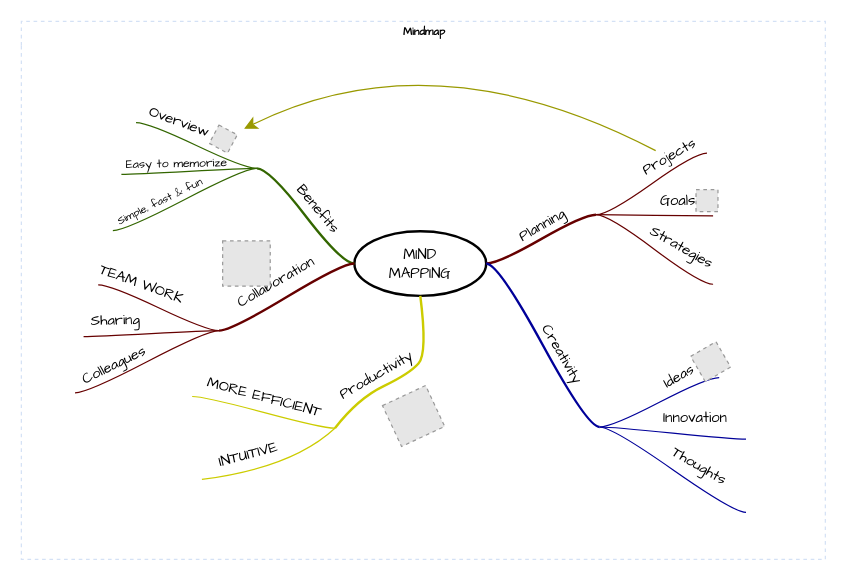
Earlier version of the draw.io diagram Untitled Diagram.drawio (Mariko-Kai/Boardgame). Source tidied: cells renumbered, new cells numbered last; positions are measured from the earlier drawing's top-left corner, leaving out a move shared by most shapes. Both pictures are drawn from the tidied source at 122%, with x=0, y=0 at pixel (21, 21). Pictures stored in the file or linked from it are replaced by grey dashed boxes.
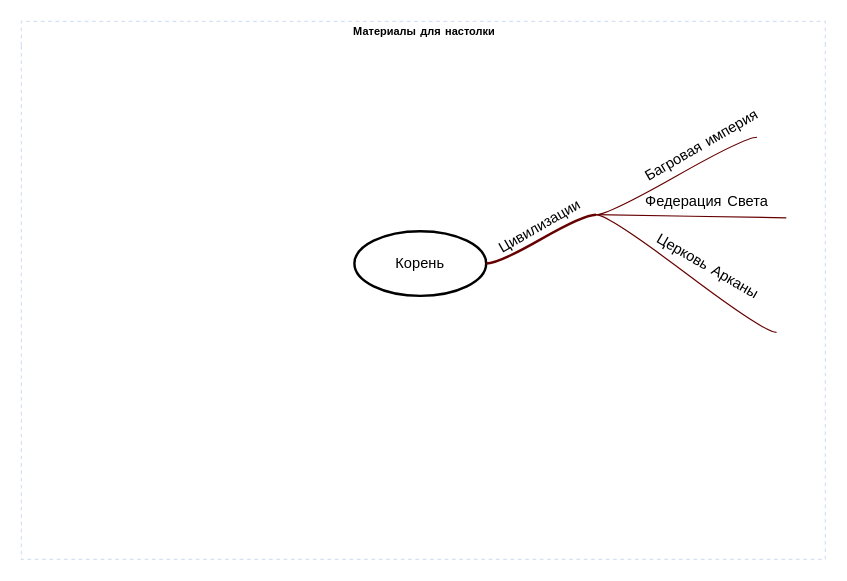
After the change.

The change refers to these unchanged cells:
```xml
<mxCell id="4" style="whiteSpace=wrap;html=1;rounded=1;arcSize=50;align=center;verticalAlign=middle;strokeWidth=1;spacing=4;" parent="2" vertex="1">
  <mxGeometry x="471" y="158" height="1" as="geometry" />
</mxCell>
<mxCell id="5" style="edgeStyle=entityRelationEdgeStyle;startArrow=none;endArrow=none;segment=10;curved=1;strokeWidth=2;strokeColor=#660000;rounded=0;fontSize=12;startSize=8;endSize=8;" parent="2" edge="1" source="3" target="4">
  <mxGeometry relative="1" as="geometry" />
</mxCell>
<mxCell id="10" style="whiteSpace=wrap;html=1;rounded=1;arcSize=50;align=center;verticalAlign=middle;strokeWidth=1;spacing=4;" parent="2" vertex="1">
  <mxGeometry x="567" y="159" height="1" as="geometry" />
</mxCell>
```

What changed in the source:
```diff
@@
-    <mxCell id="2" value="Mindmap" style="swimlane;html=1;startSize=20;horizontal=1;containerType=tree;labelBackgroundColor=none;strokeColor=#D4E1F5;strokeWidth=1;fillColor=none;fontFamily=Comic Sans MS;fontSize=9;swimlaneLine=0;dashed=1;" parent="1" vertex="1">
+    <mxCell id="2" value="Материалы для настолки" style="swimlane;html=1;startSize=20;horizontal=1;containerType=tree;labelBackgroundColor=none;strokeColor=#D4E1F5;strokeWidth=1;fillColor=none;fontFamily=Comic Sans MS;fontSize=9;swimlaneLine=0;dashed=1;" parent="1" vertex="1">
       <mxGeometry width="659" height="441" as="geometry" />
     </mxCell>
-    <mxCell id="3" value="&lt;font face=&quot;Comic Sans MS&quot;&gt;MIND&lt;br&gt;MAPPING&lt;/font&gt;" style="ellipse;whiteSpace=wrap;html=1;align=center;strokeWidth=2;" parent="2" vertex="1">
+    <mxCell id="3" value="&lt;font face=&quot;Comic Sans MS&quot;&gt;Корень&lt;/font&gt;" style="ellipse;whiteSpace=wrap;html=1;align=center;strokeWidth=2;" parent="2" vertex="1">
       <mxGeometry x="273" y="172" width="108" height="53" as="geometry" />
     </mxCell>
@@
-    <mxCell id="6" value="Planning" style="text;html=1;align=center;verticalAlign=middle;labelBackgroundColor=none;rotation=-30;fontFamily=Comic Sans MS;" parent="5" vertex="1">
+    <mxCell id="6" value="Цивилизации&amp;nbsp;" style="text;html=1;align=center;verticalAlign=middle;labelBackgroundColor=none;rotation=-30;fontFamily=Comic Sans MS;" parent="5" vertex="1">
       <mxGeometry x="0.02" y="2" relative="1" as="geometry">
         <mxPoint x="1" y="-9" as="offset" />
       </mxGeometry>
     </mxCell>
-    <mxCell id="7" style="whiteSpace=wrap;html=1;rounded=1;arcSize=50;align=center;verticalAlign=middle;strokeWidth=1;spacing=4;" parent="2" vertex="1" collapsed="1">
+    <mxCell id="7" style="whiteSpace=wrap;html=1;rounded=1;arcSize=50;align=center;verticalAlign=middle;strokeWidth=1;spacing=4;" parent="2" vertex="1">
       <mxGeometry x="562" y="108" width="5" as="geometry" />
     </mxCell>
-    <mxCell id="8" style="edgeStyle=entityRelationEdgeStyle;startArrow=none;endArrow=none;segment=10;curved=1;strokeColor=#660000;rounded=0;fontSize=12;startSize=8;endSize=8;" parent="2" edge="1" source="4" target="7">
-      <mxGeometry relative="1" as="geometry" />
+    <mxCell id="8" style="edgeStyle=entityRelationEdgeStyle;startArrow=none;endArrow=none;segment=10;curved=1;strokeColor=#660000;rounded=0;fontSize=12;startSize=8;endSize=8;" parent="2" edge="1" source="4">
+      <mxGeometry relative="1" as="geometry">
+        <mxPoint x="603" y="95" as="targetPoint" />
+      </mxGeometry>
     </mxCell>
-    <mxCell id="9" value="Projects" style="text;html=1;points=[];align=center;verticalAlign=middle;labelBackgroundColor=none;fontFamily=Comic Sans MS;rotation=-30;" parent="8" vertex="1">
+    <mxCell id="9" value="Багровая империя" style="text;html=1;points=[];align=center;verticalAlign=middle;labelBackgroundColor=none;fontFamily=Comic Sans MS;rotation=-30;" parent="8" vertex="1">
       <mxGeometry x="0.26" relative="1" as="geometry">
         <mxPoint x="3" y="-14" as="offset" />
       </mxGeometry>
     </mxCell>
@@
-    <mxCell id="11" style="edgeStyle=entityRelationEdgeStyle;startArrow=none;endArrow=none;segment=10;curved=1;strokeColor=#660000;rounded=0;fontSize=12;startSize=8;endSize=8;" parent="2" edge="1" source="4" target="10">
-      <mxGeometry relative="1" as="geometry" />
+    <mxCell id="11" style="edgeStyle=entityRelationEdgeStyle;startArrow=none;endArrow=none;segment=10;curved=1;strokeColor=#660000;rounded=0;fontSize=12;startSize=8;endSize=8;" parent="2" edge="1" source="4">
+      <mxGeometry relative="1" as="geometry">
+        <mxPoint x="627" y="161" as="targetPoint" />
+      </mxGeometry>
     </mxCell>
-    <mxCell id="12" value="Goals" style="text;html=1;align=center;verticalAlign=middle;labelBackgroundColor=none;fontFamily=Comic Sans MS;rotation=0;" parent="11" vertex="1">
+    <mxCell id="12" value="Федерация Света&amp;nbsp;" style="text;html=1;align=center;verticalAlign=middle;labelBackgroundColor=none;fontFamily=Comic Sans MS;rotation=0;" parent="11" vertex="1">
       <mxGeometry x="-0.11" y="-1" relative="1" as="geometry">
         <mxPoint x="24" y="-12" as="offset" />
       </mxGeometry>
     </mxCell>
-    <mxCell id="13" style="whiteSpace=wrap;html=1;rounded=1;arcSize=50;align=center;verticalAlign=middle;strokeWidth=1;spacing=4;" parent="2" vertex="1">
+    <mxCell id="13" style="whiteSpace=wrap;html=1;rounded=1;arcSize=50;align=center;verticalAlign=middle;strokeWidth=1;spacing=4;rotation=101;" parent="2" vertex="1" collapsed="1">
       <mxGeometry x="567" y="215" height="1" as="geometry" />
     </mxCell>
-    <mxCell id="14" style="edgeStyle=entityRelationEdgeStyle;startArrow=none;endArrow=none;segment=10;curved=1;strokeColor=#660000;rounded=0;fontSize=12;startSize=8;endSize=8;" parent="2" edge="1" source="4" target="13">
-      <mxGeometry relative="1" as="geometry" />
+    <mxCell id="14" style="edgeStyle=entityRelationEdgeStyle;startArrow=none;endArrow=none;segment=10;curved=1;strokeColor=#660000;rounded=0;fontSize=12;startSize=8;endSize=8;" parent="2" edge="1" source="4">
+      <mxGeometry relative="1" as="geometry">
+        <mxPoint x="619" y="255" as="targetPoint" />
+      </mxGeometry>
     </mxCell>
-    <mxCell id="15" value="Strategies" style="text;html=1;align=center;verticalAlign=middle;labelBackgroundColor=none;fontFamily=Comic Sans MS;rotation=30;" parent="14" vertex="1">
+    <mxCell id="15" value="Церковь Арканы&amp;nbsp;" style="text;html=1;align=center;verticalAlign=middle;labelBackgroundColor=none;fontFamily=Comic Sans MS;rotation=30;" parent="14" vertex="1">
       <mxGeometry x="-0.11" y="-1" relative="1" as="geometry">
         <mxPoint x="28" y="1" as="offset" />
       </mxGeometry>
     </mxCell>
-    <mxCell id="16" style="whiteSpace=wrap;html=1;rounded=1;arcSize=50;align=center;verticalAlign=middle;strokeWidth=1;spacing=4;" parent="2" vertex="1">
-      <mxGeometry x="474" y="332" height="1" as="geometry" />
-    </mxCell>
-    <mxCell id="17" style="edgeStyle=entityRelationEdgeStyle;startArrow=none;endArrow=none;segment=10;curved=1;strokeWidth=2;strokeColor=#000099;rounded=0;fontSize=12;startSize=8;endSize=8;" parent="2" edge="1" source="3" target="16">
-      <mxGeometry relative="1" as="geometry" />
-    </mxCell>
-    <mxCell id="18" value="Creativity" style="text;html=1;align=center;verticalAlign=middle;labelBackgroundColor=none;rotation=60;fontFamily=Comic Sans MS;" parent="17" vertex="1">
-      <mxGeometry x="0.02" y="2" relative="1" as="geometry">
-        <mxPoint x="13" y="6" as="offset" />
-      </mxGeometry>
-    </mxCell>
-    <mxCell id="19" style="whiteSpace=wrap;html=1;rounded=1;arcSize=50;align=center;verticalAlign=middle;strokeWidth=1;spacing=4;" parent="2" vertex="1">
-      <mxGeometry x="572" y="292" width="5" as="geometry" />
-    </mxCell>
-    <mxCell id="20" style="edgeStyle=entityRelationEdgeStyle;startArrow=none;endArrow=none;segment=10;curved=1;strokeColor=#000099;rounded=0;fontSize=12;startSize=8;endSize=8;" parent="2" edge="1" source="16" target="19">
-      <mxGeometry relative="1" as="geometry" />
-    </mxCell>
-    <mxCell id="21" value="Ideas" style="text;html=1;align=center;verticalAlign=middle;labelBackgroundColor=none;fontFamily=Comic Sans MS;rotation=-30;" parent="20" vertex="1">
-      <mxGeometry x="0.26" relative="1" as="geometry">
-        <mxPoint x="3" y="-14" as="offset" />
-      </mxGeometry>
-    </mxCell>
-    <mxCell id="22" style="whiteSpace=wrap;html=1;rounded=1;arcSize=50;align=center;verticalAlign=middle;strokeWidth=1;spacing=4;" parent="2" vertex="1">
-      <mxGeometry x="594" y="342" height="1" as="geometry" />
-    </mxCell>
-    <mxCell id="23" style="edgeStyle=entityRelationEdgeStyle;startArrow=none;endArrow=none;segment=10;curved=1;strokeColor=#000099;rounded=0;fontSize=12;startSize=8;endSize=8;" parent="2" edge="1" source="16" target="22">
-      <mxGeometry relative="1" as="geometry" />
-    </mxCell>
-    <mxCell id="24" value="Innovation" style="text;html=1;align=center;verticalAlign=middle;labelBackgroundColor=none;fontFamily=Comic Sans MS;rotation=0;" parent="23" vertex="1">
-      <mxGeometry x="-0.11" y="-1" relative="1" as="geometry">
-        <mxPoint x="24" y="-12" as="offset" />
-      </mxGeometry>
-    </mxCell>
-    <mxCell id="25" style="whiteSpace=wrap;html=1;rounded=1;arcSize=50;align=center;verticalAlign=middle;strokeWidth=1;spacing=4;" parent="2" vertex="1">
-      <mxGeometry x="594" y="402" height="1" as="geometry" />
-    </mxCell>
-    <mxCell id="26" style="edgeStyle=entityRelationEdgeStyle;startArrow=none;endArrow=none;segment=10;curved=1;strokeColor=#000099;rounded=0;fontSize=12;startSize=8;endSize=8;" parent="2" edge="1" source="16" target="25">
-      <mxGeometry relative="1" as="geometry" />
-    </mxCell>
-    <mxCell id="27" value="Thoughts" style="text;html=1;align=center;verticalAlign=middle;labelBackgroundColor=none;fontFamily=Comic Sans MS;rotation=30;" parent="26" vertex="1">
-      <mxGeometry x="-0.11" y="-1" relative="1" as="geometry">
-        <mxPoint x="28" y="1" as="offset" />
-      </mxGeometry>
-    </mxCell>
-    <mxCell id="28" style="fillColor=#E6E6E6;strokeColor=#999999;dashed=1;html=1;verticalAlign=top;verticalLabelPosition=bottom;labelBackgroundColor=#ffffff;fontFamily=Comic Sans MS;rotation=-30;" parent="2" vertex="1">
-      <mxGeometry x="553" y="267" width="24" height="24" as="geometry" />
-    </mxCell>
-    <mxCell id="29" style="edgeStyle=entityRelationEdgeStyle;jumpStyle=arc;html=1;endArrow=classicThin;endFill=1;jettySize=auto;strokeColor=none;strokeWidth=2;fontFamily=Comic Sans MS;rounded=0;fontSize=12;startSize=8;endSize=8;curved=1;" parent="2" edge="1" source="19" target="28">
-      <mxGeometry relative="1" as="geometry" />
-    </mxCell>
-    <mxCell id="30" style="fillColor=#E6E6E6;strokeColor=#999999;dashed=1;html=1;verticalAlign=top;verticalLabelPosition=bottom;labelBackgroundColor=#ffffff;fontFamily=Comic Sans MS;" parent="2" vertex="1">
-      <mxGeometry x="553" y="138" width="18" height="18" as="geometry" />
-    </mxCell>
-    <mxCell id="31" style="edgeStyle=entityRelationEdgeStyle;jumpStyle=arc;html=1;endArrow=classicThin;endFill=1;jettySize=auto;strokeColor=none;strokeWidth=2;fontFamily=Comic Sans MS;rounded=0;fontSize=12;startSize=8;endSize=8;curved=1;" parent="2" edge="1" source="10" target="30">
-      <mxGeometry relative="1" as="geometry" />
-    </mxCell>
-    <mxCell id="32" style="whiteSpace=wrap;html=1;rounded=1;arcSize=50;align=center;verticalAlign=middle;strokeWidth=1;spacing=4;" parent="2" vertex="1">
-      <mxGeometry x="193" y="120" height="1" as="geometry" />
-    </mxCell>
-    <mxCell id="33" style="edgeStyle=entityRelationEdgeStyle;startArrow=none;endArrow=none;segment=10;curved=1;strokeWidth=2;strokeColor=#336600;rounded=0;fontSize=12;startSize=8;endSize=8;" parent="2" edge="1" source="3" target="32">
-      <mxGeometry relative="1" as="geometry" />
-    </mxCell>
-    <mxCell id="34" value="Benefits" style="text;html=1;align=center;verticalAlign=middle;labelBackgroundColor=none;rotation=50;fontFamily=Comic Sans MS;" parent="33" vertex="1">
-      <mxGeometry x="0.02" y="2" relative="1" as="geometry">
-        <mxPoint x="12" y="-7" as="offset" />
-      </mxGeometry>
-    </mxCell>
-    <mxCell id="35" style="whiteSpace=wrap;html=1;rounded=1;arcSize=50;align=center;verticalAlign=middle;strokeWidth=1;spacing=4;" parent="2" vertex="1">
-      <mxGeometry x="75" y="171" height="1" as="geometry" />
-    </mxCell>
-    <mxCell id="36" style="edgeStyle=entityRelationEdgeStyle;startArrow=none;endArrow=none;segment=10;curved=1;strokeColor=#336600;rounded=0;fontSize=12;startSize=8;endSize=8;" parent="2" edge="1" source="32" target="35">
-      <mxGeometry relative="1" as="geometry" />
-    </mxCell>
-    <mxCell id="37" value="Simple, fast &amp;amp; fun" style="text;html=1;align=center;verticalAlign=middle;labelBackgroundColor=none;fontFamily=Comic Sans MS;rotation=-26;fontSize=9;" parent="36" vertex="1">
-      <mxGeometry x="-0.11" y="-1" relative="1" as="geometry">
-        <mxPoint x="-27" y="7" as="offset" />
-      </mxGeometry>
-    </mxCell>
-    <mxCell id="38" style="whiteSpace=wrap;html=1;rounded=1;arcSize=50;align=center;verticalAlign=middle;strokeWidth=1;spacing=4;" parent="2" vertex="1">
-      <mxGeometry x="82" y="125" height="1" as="geometry" />
-    </mxCell>
-    <mxCell id="39" style="edgeStyle=entityRelationEdgeStyle;startArrow=none;endArrow=none;segment=10;curved=1;strokeColor=#336600;rounded=0;fontSize=12;startSize=8;endSize=8;" parent="2" edge="1" source="32" target="38">
-      <mxGeometry relative="1" as="geometry" />
-    </mxCell>
-    <mxCell id="40" value="Easy to memorize" style="text;html=1;align=center;verticalAlign=middle;labelBackgroundColor=none;fontFamily=Comic Sans MS;rotation=-1;fontSize=10;" parent="39" vertex="1">
-      <mxGeometry x="-0.11" y="-1" relative="1" as="geometry">
-        <mxPoint x="-18" y="-6" as="offset" />
-      </mxGeometry>
-    </mxCell>
-    <mxCell id="41" style="whiteSpace=wrap;html=1;rounded=1;arcSize=50;align=center;verticalAlign=middle;strokeWidth=1;spacing=4;" parent="2" vertex="1" collapsed="1">
-      <mxGeometry x="89" y="83" width="5" as="geometry" />
-    </mxCell>
-    <mxCell id="42" style="edgeStyle=entityRelationEdgeStyle;startArrow=none;endArrow=none;segment=10;curved=1;strokeColor=#336600;rounded=0;fontSize=12;startSize=8;endSize=8;" parent="2" edge="1" source="32" target="41">
-      <mxGeometry relative="1" as="geometry" />
-    </mxCell>
-    <mxCell id="43" value="Overview" style="text;html=1;align=center;verticalAlign=middle;labelBackgroundColor=none;fontFamily=Comic Sans MS;rotation=20;" parent="42" vertex="1">
-      <mxGeometry x="0.26" relative="1" as="geometry">
-        <mxPoint x="-2" y="-13" as="offset" />
-      </mxGeometry>
-    </mxCell>
-    <mxCell id="44" style="fillColor=#E6E6E6;strokeColor=#999999;dashed=1;html=1;verticalAlign=top;verticalLabelPosition=bottom;labelBackgroundColor=#ffffff;fontFamily=Comic Sans MS;fontSize=10;rotation=28;" parent="2" vertex="1">
-      <mxGeometry x="157" y="88" width="17" height="17" as="geometry" />
-    </mxCell>
-    <mxCell id="45" style="endArrow=classic;html=1;curved=1;sourcePerimeterSpacing=10;strokeColor=#999900;targetPerimeterSpacing=7;rounded=0;fontSize=12;startSize=8;endSize=8;" parent="2" edge="1" source="9" target="44">
-      <mxGeometry relative="1" as="geometry">
-        <Array as="points">
-          <mxPoint x="338" y="11" />
-        </Array>
-      </mxGeometry>
-    </mxCell>
-    <mxCell id="46" style="jumpStyle=arc;html=1;endArrow=classicThin;endFill=1;jettySize=auto;strokeColor=none;strokeWidth=2;fontFamily=Comic Sans MS;fontSize=10;rounded=0;startSize=8;endSize=8;curved=1;" parent="2" edge="1" source="32" target="44">
-      <mxGeometry relative="1" as="geometry" />
-    </mxCell>
-    <mxCell id="47" style="whiteSpace=wrap;html=1;rounded=1;arcSize=50;align=center;verticalAlign=middle;strokeWidth=1;spacing=4;" parent="2" vertex="1">
-      <mxGeometry x="162" y="253" height="1" as="geometry" />
-    </mxCell>
-    <mxCell id="48" style="edgeStyle=entityRelationEdgeStyle;startArrow=none;endArrow=none;segment=10;curved=1;strokeWidth=2;strokeColor=#660000;rounded=0;fontSize=12;startSize=8;endSize=8;" parent="2" edge="1" source="3" target="47">
-      <mxGeometry relative="1" as="geometry" />
-    </mxCell>
-    <mxCell id="49" value="Collaboration" style="text;html=1;align=center;verticalAlign=middle;labelBackgroundColor=none;rotation=-30;fontFamily=Comic Sans MS;" parent="48" vertex="1">
-      <mxGeometry x="0.02" y="2" relative="1" as="geometry">
-        <mxPoint x="-10" y="-13" as="offset" />
-      </mxGeometry>
-    </mxCell>
-    <mxCell id="50" style="whiteSpace=wrap;html=1;rounded=1;arcSize=50;align=center;verticalAlign=middle;strokeWidth=1;spacing=4;" parent="2" vertex="1">
-      <mxGeometry x="44" y="304" height="1" as="geometry" />
-    </mxCell>
-    <mxCell id="51" style="edgeStyle=entityRelationEdgeStyle;startArrow=none;endArrow=none;segment=10;curved=1;strokeColor=#660000;rounded=0;fontSize=12;startSize=8;endSize=8;" parent="2" edge="1" source="47" target="50">
-      <mxGeometry relative="1" as="geometry" />
-    </mxCell>
-    <mxCell id="52" value="Colleagues" style="text;html=1;align=center;verticalAlign=middle;labelBackgroundColor=none;fontFamily=Comic Sans MS;rotation=-26;fontSize=12;" parent="51" vertex="1">
-      <mxGeometry x="-0.11" y="-1" relative="1" as="geometry">
-        <mxPoint x="-34" y="8" as="offset" />
-      </mxGeometry>
-    </mxCell>
-    <mxCell id="53" style="whiteSpace=wrap;html=1;rounded=1;arcSize=50;align=center;verticalAlign=middle;strokeWidth=1;spacing=4;" parent="2" vertex="1">
-      <mxGeometry x="51" y="258" height="1" as="geometry" />
-    </mxCell>
-    <mxCell id="54" style="edgeStyle=entityRelationEdgeStyle;startArrow=none;endArrow=none;segment=10;curved=1;strokeColor=#660000;rounded=0;fontSize=12;startSize=8;endSize=8;" parent="2" edge="1" source="47" target="53">
-      <mxGeometry relative="1" as="geometry" />
-    </mxCell>
-    <mxCell id="55" value="Sharing" style="text;html=1;align=center;verticalAlign=middle;labelBackgroundColor=none;fontFamily=Comic Sans MS;rotation=-1;fontSize=12;" parent="54" vertex="1">
-      <mxGeometry x="-0.11" y="-1" relative="1" as="geometry">
-        <mxPoint x="-37" y="-9" as="offset" />
-      </mxGeometry>
-    </mxCell>
-    <mxCell id="56" style="whiteSpace=wrap;html=1;rounded=1;arcSize=50;align=center;verticalAlign=middle;strokeWidth=1;spacing=4;" parent="2" vertex="1" collapsed="1">
-      <mxGeometry x="58" y="216" width="5" as="geometry" />
-    </mxCell>
-    <mxCell id="57" style="edgeStyle=entityRelationEdgeStyle;startArrow=none;endArrow=none;segment=10;curved=1;strokeColor=#660000;rounded=0;fontSize=12;startSize=8;endSize=8;" parent="2" edge="1" source="47" target="56">
-      <mxGeometry relative="1" as="geometry" />
-    </mxCell>
-    <mxCell id="58" value="TEAM WORK" style="text;html=1;align=center;verticalAlign=middle;labelBackgroundColor=none;fontFamily=Comic Sans MS;rotation=20;" parent="57" vertex="1">
-      <mxGeometry x="0.26" relative="1" as="geometry">
-        <mxPoint x="-2" y="-13" as="offset" />
-      </mxGeometry>
-    </mxCell>
-    <mxCell id="59" style="fillColor=#E6E6E6;strokeColor=#999999;dashed=1;html=1;verticalAlign=top;verticalLabelPosition=bottom;labelBackgroundColor=#ffffff;fontFamily=Comic Sans MS;fontSize=12;fontColor=#000000;align=center;" parent="2" vertex="1">
-      <mxGeometry x="165" y="180" width="39" height="37" as="geometry" />
-    </mxCell>
-    <mxCell id="60" style="edgeStyle=none;jumpStyle=arc;html=1;entryX=0.5;entryY=1;entryPerimeter=0;endArrow=classicThin;endFill=1;jettySize=auto;strokeColor=none;strokeWidth=2;fontFamily=Comic Sans MS;fontSize=12;rounded=0;startSize=8;endSize=8;curved=1;" parent="2" edge="1" source="47" target="59">
-      <mxGeometry relative="1" as="geometry" />
-    </mxCell>
-    <mxCell id="61" style="whiteSpace=wrap;html=1;rounded=1;arcSize=50;align=center;verticalAlign=middle;strokeWidth=1;spacing=4;" parent="2" vertex="1">
-      <mxGeometry x="257" y="333" height="1" as="geometry" />
-    </mxCell>
-    <mxCell id="62" style="startArrow=none;endArrow=none;segment=10;strokeWidth=2;strokeColor=#CCCC00;exitX=0.5;exitY=1;curved=1;rounded=0;fontSize=12;startSize=8;endSize=8;" parent="2" edge="1" source="3" target="61">
-      <mxGeometry relative="1" as="geometry">
-        <Array as="points">
-          <mxPoint x="333" y="272" />
-          <mxPoint x="318" y="289" />
-          <mxPoint x="276" y="309" />
-        </Array>
-      </mxGeometry>
-    </mxCell>
-    <mxCell id="63" value="Productivity" style="text;html=1;align=center;verticalAlign=middle;labelBackgroundColor=none;rotation=-30;fontFamily=Comic Sans MS;" parent="62" vertex="1">
-      <mxGeometry x="0.02" y="2" relative="1" as="geometry">
-        <mxPoint x="-24" y="-2" as="offset" />
-      </mxGeometry>
-    </mxCell>
-    <mxCell id="64" style="whiteSpace=wrap;html=1;rounded=1;arcSize=50;align=center;verticalAlign=middle;strokeWidth=1;spacing=4;" parent="2" vertex="1">
-      <mxGeometry x="148" y="375" height="1" as="geometry" />
-    </mxCell>
-    <mxCell id="65" style="startArrow=none;endArrow=none;segment=10;strokeColor=#CCCC00;curved=1;rounded=0;fontSize=12;startSize=8;endSize=8;" parent="2" edge="1" source="61" target="64">
-      <mxGeometry relative="1" as="geometry">
-        <Array as="points">
-          <mxPoint x="222" y="366" />
-        </Array>
-      </mxGeometry>
-    </mxCell>
-    <mxCell id="66" value="INTUITIVE" style="text;html=1;align=center;verticalAlign=middle;labelBackgroundColor=none;fontFamily=Comic Sans MS;rotation=-15;fontSize=12;" parent="65" vertex="1">
-      <mxGeometry x="-0.11" y="-1" relative="1" as="geometry">
-        <mxPoint x="-30" y="-10" as="offset" />
-      </mxGeometry>
-    </mxCell>
-    <mxCell id="67" style="whiteSpace=wrap;html=1;rounded=1;arcSize=50;align=center;verticalAlign=middle;strokeWidth=1;spacing=4;" parent="2" vertex="1">
-      <mxGeometry x="140" y="307" height="1" as="geometry" />
-    </mxCell>
-    <mxCell id="68" style="edgeStyle=entityRelationEdgeStyle;startArrow=none;endArrow=none;segment=10;curved=1;strokeColor=#CCCC00;rounded=0;fontSize=12;startSize=8;endSize=8;" parent="2" edge="1" source="61" target="67">
-      <mxGeometry relative="1" as="geometry" />
-    </mxCell>
-    <mxCell id="69" value="MORE EFFICIENT" style="text;html=1;align=center;verticalAlign=middle;labelBackgroundColor=none;fontFamily=Comic Sans MS;rotation=15;fontSize=12;" parent="68" vertex="1">
-      <mxGeometry x="-0.11" y="-1" relative="1" as="geometry">
-        <mxPoint x="-6" y="-13" as="offset" />
-      </mxGeometry>
-    </mxCell>
-    <mxCell id="70" style="fillColor=#E6E6E6;strokeColor=#999999;dashed=1;html=1;verticalAlign=top;verticalLabelPosition=bottom;labelBackgroundColor=#ffffff;fontFamily=Comic Sans MS;fontSize=12;fontColor=#000000;align=center;rotation=-25;" parent="2" vertex="1">
-      <mxGeometry x="302" y="305" width="39" height="37" as="geometry" />
-    </mxCell>
-    <mxCell id="71" style="edgeStyle=none;jumpStyle=arc;html=1;entryX=0.5;entryY=1;entryPerimeter=0;endArrow=classicThin;endFill=1;jettySize=auto;strokeColor=none;strokeWidth=2;fontFamily=Comic Sans MS;fontSize=12;rounded=0;startSize=8;endSize=8;curved=1;" parent="2" edge="1" source="61" target="70">
-      <mxGeometry relative="1" as="geometry" />
-    </mxCell>
```
